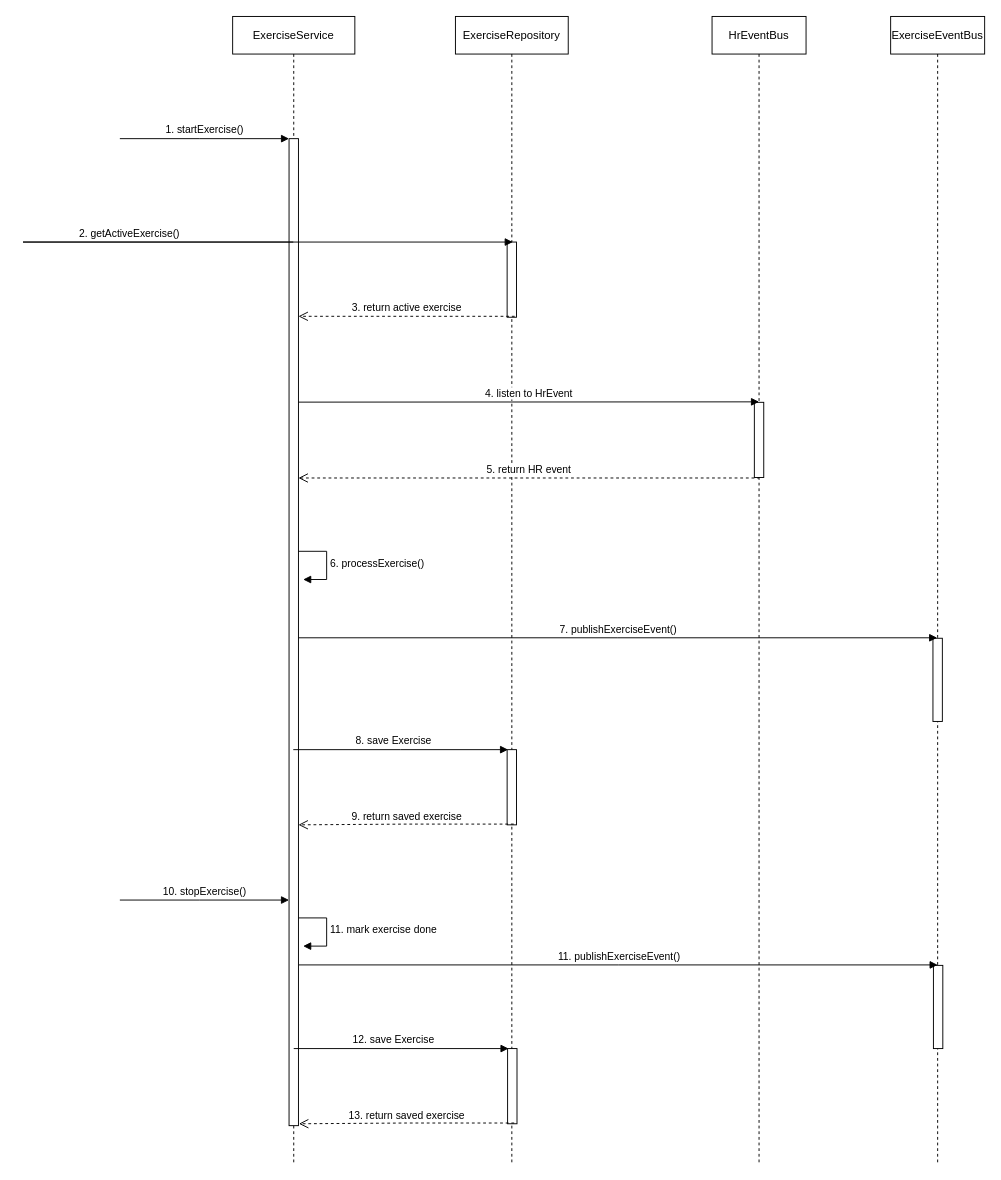
Before: my-thesis/diagrams/exercise-service-start.drawio in ba-nhermanto/thesis, a draw.io diagram. Source tidied: cells renumbered, new cells numbered last; positions are measured from the earlier drawing's top-left corner, leaving out a move shared by most shapes. Both pictures are drawn from the tidied source at 94%, with x=0, y=0 at pixel (23, 16).
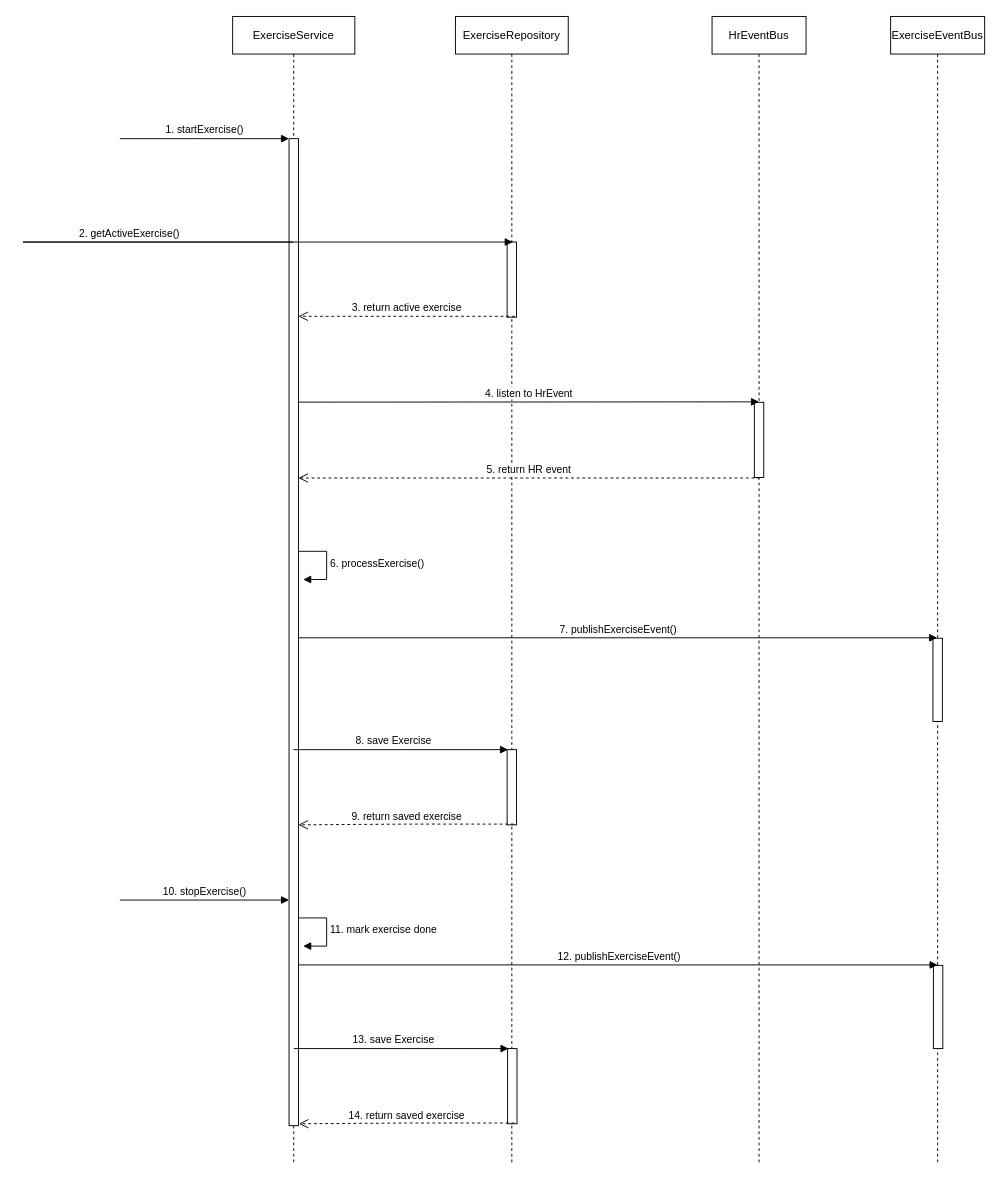
Above is the later version.

Diff of the diagram source:
```diff
@@
-    <mxCell id="22" value="12. save Exercise" style="html=1;verticalAlign=bottom;endArrow=block;edgeStyle=elbowEdgeStyle;elbow=vertical;curved=0;rounded=0;" parent="1" edge="1">
+    <mxCell id="22" value="13. save Exercise" style="html=1;verticalAlign=bottom;endArrow=block;edgeStyle=elbowEdgeStyle;elbow=vertical;curved=0;rounded=0;" parent="1" edge="1">
       <mxGeometry x="-0.08" relative="1" as="geometry">
         <mxPoint x="288" y="1098" as="sourcePoint" />
         <mxPoint x="516.5" y="1098" as="targetPoint" />
         <mxPoint x="1" as="offset" />
       </mxGeometry>
     </mxCell>
-    <mxCell id="23" value="13. return saved exercise" style="html=1;verticalAlign=bottom;endArrow=open;dashed=1;endSize=8;edgeStyle=elbowEdgeStyle;elbow=horizontal;curved=0;rounded=0;" parent="1" edge="1">
+    <mxCell id="23" value="14. return saved exercise" style="html=1;verticalAlign=bottom;endArrow=open;dashed=1;endSize=8;edgeStyle=elbowEdgeStyle;elbow=horizontal;curved=0;rounded=0;" parent="1" edge="1">
       <mxGeometry relative="1" as="geometry">
         <mxPoint x="522.5" y="1177.2" as="sourcePoint" />
         <mxPoint x="293.5" y="1178" as="targetPoint" />
       </mxGeometry>
     </mxCell>
@@
-    <mxCell id="25" value="11. publishExerciseEvent()" style="html=1;verticalAlign=bottom;endArrow=block;edgeStyle=elbowEdgeStyle;elbow=vertical;curved=0;rounded=0;" parent="1" edge="1">
+    <mxCell id="25" value="12. publishExerciseEvent()" style="html=1;verticalAlign=bottom;endArrow=block;edgeStyle=elbowEdgeStyle;elbow=vertical;curved=0;rounded=0;" parent="1" edge="1">
       <mxGeometry relative="1" as="geometry">
         <mxPoint x="293.5" y="1009" as="sourcePoint" />
         <mxPoint x="973" y="1009" as="targetPoint" />
       </mxGeometry>
     </mxCell>
```
